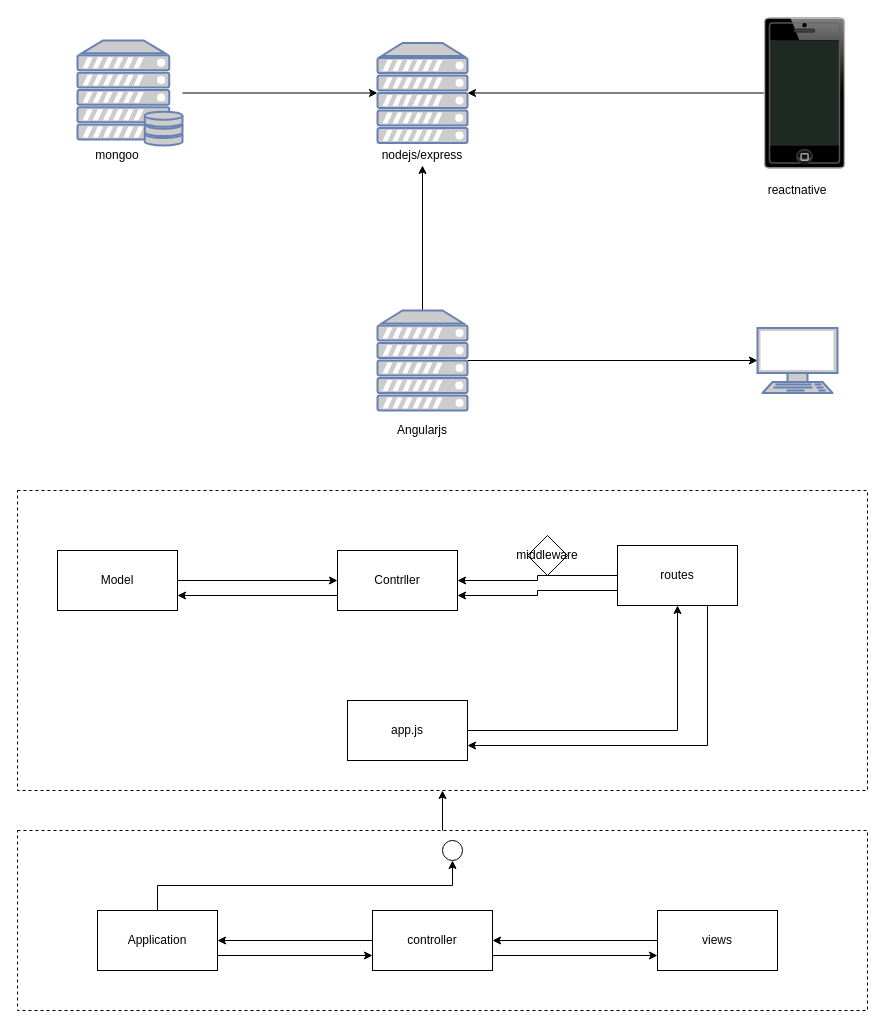
Before: data/diagram.drawio in lutonda/-hymnbook-js, a draw.io diagram. Source tidied: cells renumbered, new cells numbered last; positions are measured from the earlier drawing's top-left corner, leaving out a move shared by most shapes. Both pictures are drawn from the tidied source at 100%, with x=0, y=0 at pixel (17, 18).
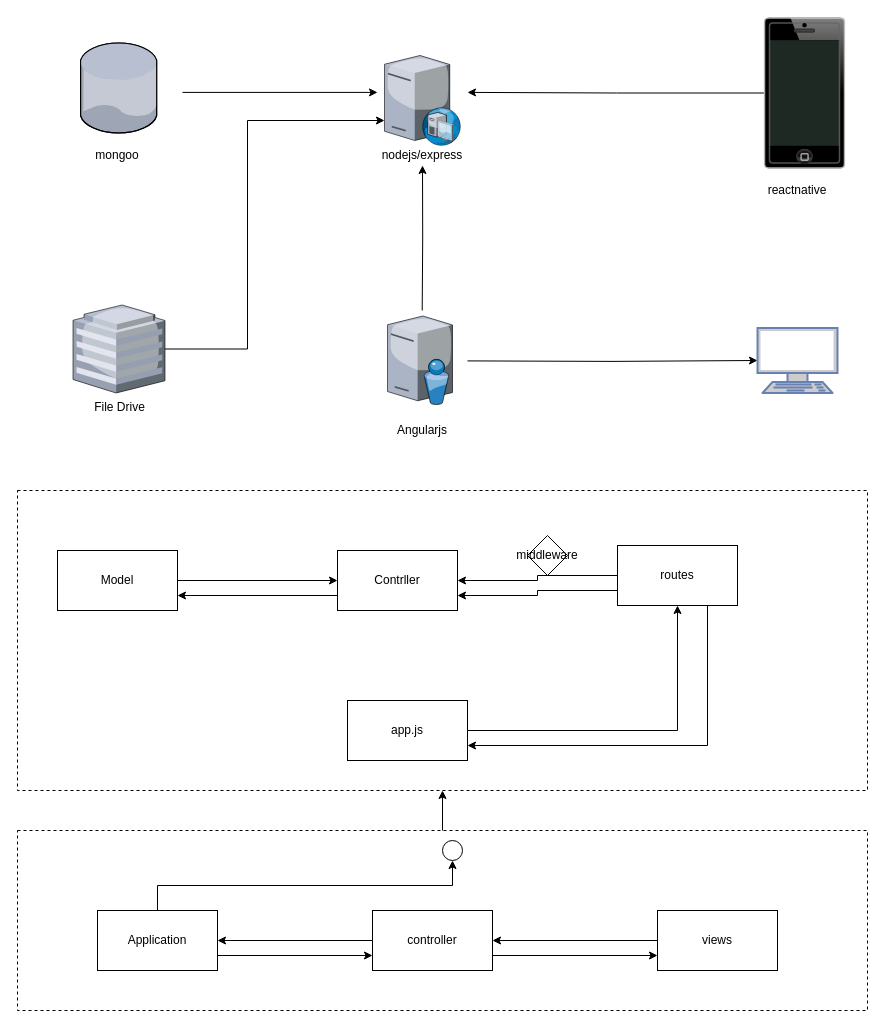
The same page after the edit.

Commit message (it also covers changes not shown here):
file uploader, ggogle drive storage, file models

The change refers to these unchanged cells:
```xml
<mxCell id="6" value="nodejs/express" style="text;html=1;strokeColor=none;fillColor=none;align=center;verticalAlign=middle;whiteSpace=wrap;rounded=0;" parent="1" vertex="1">
  <mxGeometry x="385" y="127" width="40" height="20" as="geometry" />
</mxCell>
<mxCell id="12" style="fontColor=#0066CC;verticalAlign=top;verticalLabelPosition=bottom;labelPosition=center;align=center;html=1;outlineConnect=0;fillColor=#CCCCCC;strokeColor=#6881B3;gradientColor=none;gradientDirection=north;strokeWidth=2;shape=mxgraph.networks.terminal;" parent="1" vertex="1">
  <mxGeometry x="740" y="309.5" width="80" height="65" as="geometry" />
</mxCell>
<mxCell id="14" style="verticalLabelPosition=bottom;verticalAlign=top;html=1;shadow=0;dashed=0;strokeWidth=1;shape=mxgraph.ios.iPhone;bgStyle=bgGreen;fillColor=#aaaaaa;" parent="1" vertex="1">
  <mxGeometry x="747" y="-0.5" width="80" height="150" as="geometry" />
</mxCell>
```

The edit, as a diff of the source:
```diff
@@
-    <mxCell id="3" style="edgeStyle=orthogonalEdgeStyle;rounded=0;jettySize=auto;html=1;" parent="1" edge="1" source="4" target="5">
-      <mxGeometry relative="1" as="geometry" />
+    <mxCell id="3" style="edgeStyle=orthogonalEdgeStyle;rounded=0;orthogonalLoop=1;jettySize=auto;html=1;" parent="1" edge="1">
+      <mxGeometry relative="1" as="geometry">
+        <mxPoint x="165" y="73.9" as="sourcePoint" />
+        <mxPoint x="360" y="73.9" as="targetPoint" />
+      </mxGeometry>
     </mxCell>
-    <mxCell id="4" style="fontColor=#0066CC;verticalAlign=top;verticalLabelPosition=bottom;labelPosition=center;align=center;html=1;outlineConnect=0;fillColor=#CCCCCC;strokeColor=#6881B3;gradientColor=none;gradientDirection=north;strokeWidth=2;shape=mxgraph.networks.server_storage;" parent="1" vertex="1">
-      <mxGeometry x="60" y="22" width="105" height="105" as="geometry" />
-    </mxCell>
-    <mxCell id="5" style="fontColor=#0066CC;verticalAlign=top;verticalLabelPosition=bottom;labelPosition=center;align=center;html=1;outlineConnect=0;fillColor=#CCCCCC;strokeColor=#6881B3;gradientColor=none;gradientDirection=north;strokeWidth=2;shape=mxgraph.networks.server;" parent="1" vertex="1">
-      <mxGeometry x="360" y="24.5" width="90" height="100" as="geometry" />
-    </mxCell>
@@
-    <mxCell id="8" style="edgeStyle=orthogonalEdgeStyle;rounded=0;jettySize=auto;html=1;entryX=0;entryY=0.5;entryDx=0;entryDy=0;entryPerimeter=0;" parent="1" edge="1" source="10" target="12">
-      <mxGeometry relative="1" as="geometry" />
+    <mxCell id="8" style="edgeStyle=orthogonalEdgeStyle;rounded=0;jettySize=auto;html=1;entryX=0;entryY=0.5;entryDx=0;entryDy=0;entryPerimeter=0;" parent="1" edge="1" target="12">
+      <mxGeometry relative="1" as="geometry">
+        <mxPoint x="450" y="342.4" as="sourcePoint" />
+      </mxGeometry>
     </mxCell>
-    <mxCell id="9" style="edgeStyle=orthogonalEdgeStyle;rounded=0;jettySize=auto;html=1;entryX=0.5;entryY=1;entryDx=0;entryDy=0;" parent="1" edge="1" source="10" target="6">
-      <mxGeometry relative="1" as="geometry" />
+    <mxCell id="9" style="edgeStyle=orthogonalEdgeStyle;rounded=0;jettySize=auto;html=1;entryX=0.5;entryY=1;entryDx=0;entryDy=0;" parent="1" edge="1" target="6">
+      <mxGeometry relative="1" as="geometry">
+        <mxPoint x="404.7" y="292" as="sourcePoint" />
+      </mxGeometry>
     </mxCell>
-    <mxCell id="10" style="fontColor=#0066CC;verticalAlign=top;verticalLabelPosition=bottom;labelPosition=center;align=center;html=1;outlineConnect=0;fillColor=#CCCCCC;strokeColor=#6881B3;gradientColor=none;gradientDirection=north;strokeWidth=2;shape=mxgraph.networks.server;" parent="1" vertex="1">
-      <mxGeometry x="360" y="292" width="90" height="100" as="geometry" />
-    </mxCell>
@@
-    <mxCell id="13" style="edgeStyle=orthogonalEdgeStyle;rounded=0;jettySize=auto;html=1;" parent="1" edge="1" source="14" target="5">
-      <mxGeometry relative="1" as="geometry" />
+    <mxCell id="13" style="edgeStyle=orthogonalEdgeStyle;rounded=0;jettySize=auto;html=1;" parent="1" edge="1" source="14">
+      <mxGeometry relative="1" as="geometry">
+        <mxPoint x="450" y="73.9" as="targetPoint" />
+      </mxGeometry>
     </mxCell>
@@
+    <mxCell id="38" style="edgeStyle=orthogonalEdgeStyle;rounded=0;jettySize=auto;html=1;" parent="1" edge="1" source="39" target="42">
+      <mxGeometry relative="1" as="geometry">
+        <Array as="points">
+          <mxPoint x="230" y="331" />
+          <mxPoint x="230" y="102" />
+        </Array>
+      </mxGeometry>
+    </mxCell>
+    <mxCell id="39" value="File Drive" style="verticalLabelPosition=bottom;html=1;verticalAlign=top;strokeColor=none;align=center;outlineConnect=0;shape=mxgraph.citrix.hq_enterprise;" parent="1" vertex="1">
+      <mxGeometry x="55.5" y="286.5" width="92" height="88" as="geometry" />
+    </mxCell>
+    <mxCell id="40" style="verticalLabelPosition=bottom;html=1;verticalAlign=top;strokeColor=none;align=center;shape=mxgraph.citrix.database;" parent="1" vertex="1">
+      <mxGeometry x="63" y="24.5" width="77" height="90" as="geometry" />
+    </mxCell>
+    <mxCell id="41" style="verticalLabelPosition=bottom;html=1;verticalAlign=top;strokeColor=none;align=center;shape=mxgraph.citrix.directory_server;" parent="1" vertex="1">
+      <mxGeometry x="370" y="297.5" width="65" height="88.5" as="geometry" />
+    </mxCell>
+    <mxCell id="42" style="verticalLabelPosition=bottom;html=1;verticalAlign=top;strokeColor=none;align=center;outlineConnect=0;shape=mxgraph.citrix.dhcp_server;" parent="1" vertex="1">
+      <mxGeometry x="367" y="37" width="76" height="90" as="geometry" />
+    </mxCell>
```
